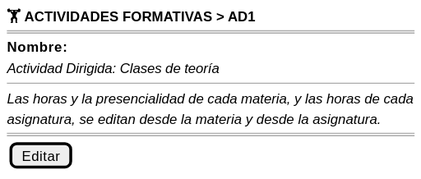
The PlantUML diagram images/RUP/01-requisitos/03-detalle-casos-uso/abrirActividadFormativa/wireframe.svg in mmasias/pyCeldaPublico, before a commit. Source of this version:
```plantuml
@startsalt abrirActividadFormativa-wireframe
{
    <b>🏋️ ACTIVIDADES FORMATIVAS > AD1</b>
    ====
    <b>Nombre:</b>
    <i>Actividad Dirigida: Clases de teoría</i>
    --
    <i>Las horas y la presencialidad de cada materia, y las horas de cada</i>
    <i>asignatura, se editan desde la materia y desde la asignatura.</i>
    ====
    {[Editar]}
}
@endsalt
```
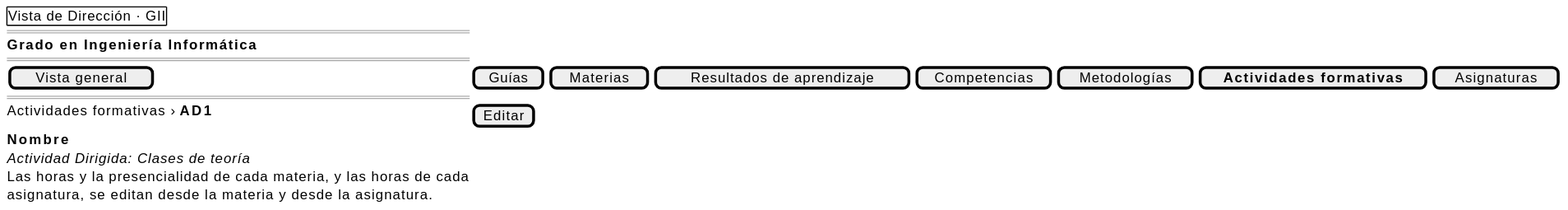
The same diagram one commit later.

Diff of the diagram source:
```diff
@@ -1,13 +1,15 @@
 @startsalt abrirActividadFormativa-wireframe
 {
-    <b>🏋️ ACTIVIDADES FORMATIVAS > AD1</b>
+    {+ Vista de Dirección · GII }
     ====
-    <b>Nombre:</b>
+    <b>Grado en Ingeniería Informática</b>
+    ====
+    [ Vista general ] | [ Guías ] | [ Materias ] | [ Resultados de aprendizaje ] | [ Competencias ] | [ Metodologías ] | [ <b>Actividades formativas</b> ] | [ Asignaturas ]
+    ====
+    Actividades formativas › <b>AD1</b> | [Editar]
+    <b>Nombre</b>
     <i>Actividad Dirigida: Clases de teoría</i>
-    --
-    <i>Las horas y la presencialidad de cada materia, y las horas de cada</i>
-    <i>asignatura, se editan desde la materia y desde la asignatura.</i>
-    ====
-    {[Editar]}
+    Las horas y la presencialidad de cada materia, y las horas de cada
+    asignatura, se editan desde la materia y desde la asignatura.
 }
 @endsalt
```
